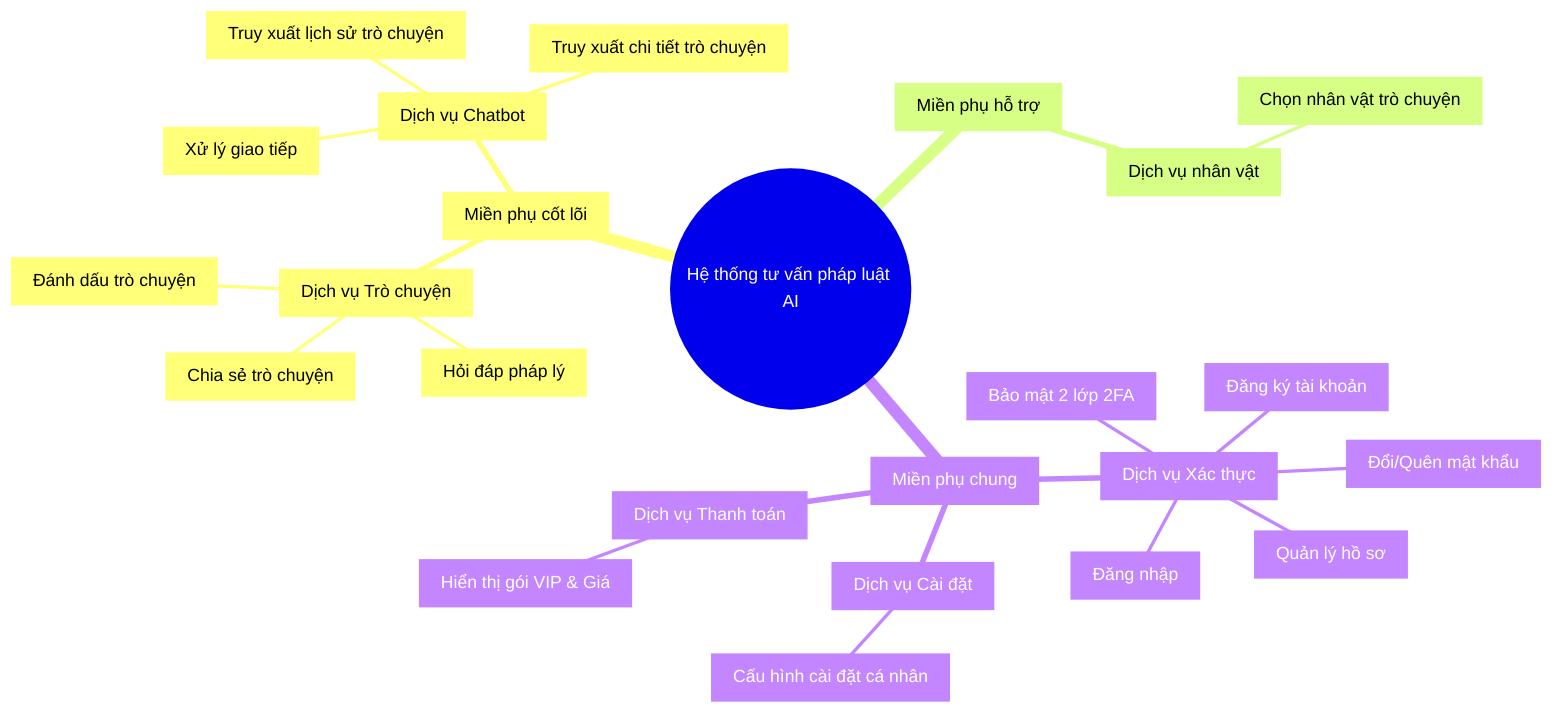
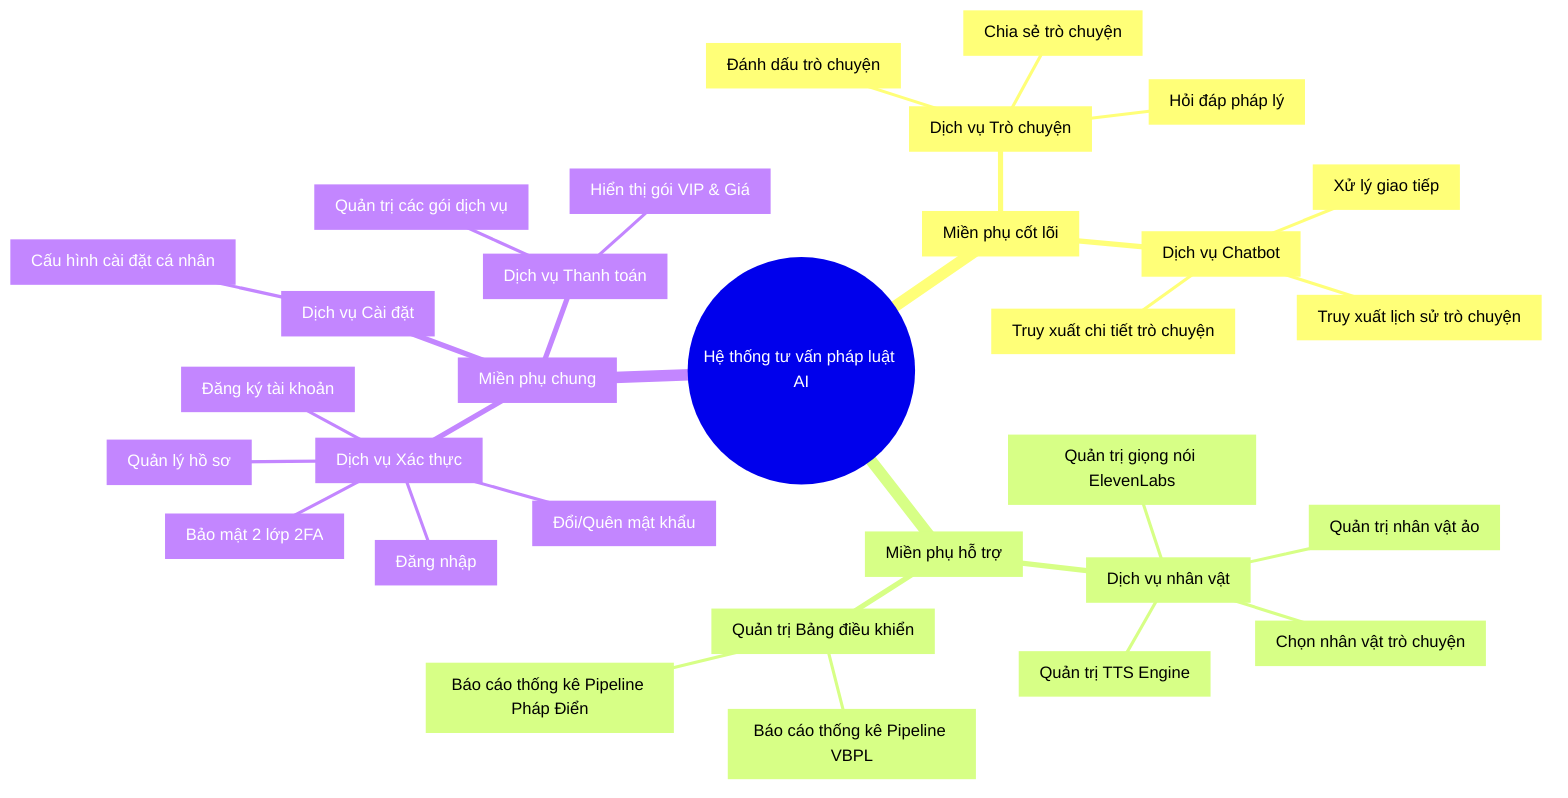
mindmap
  root((Hệ thống tư vấn pháp luật AI))
    Core["Miền phụ cốt lõi"]
      Conversation["Dịch vụ Trò chuyện"]
        Chat["Hỏi đáp pháp lý"]
        Bookmark["Đánh dấu trò chuyện"]
        Share["Chia sẻ trò chuyện"]
      Chatbot["Dịch vụ Chatbot"]
        Chatbot_Comm["Xử lý giao tiếp"]
        Chatbot_Hist["Truy xuất lịch sử trò chuyện"]
        Chatbot_Detail["Truy xuất chi tiết trò chuyện"]
    Supporting["Miền phụ hỗ trợ"]
      Persona["Dịch vụ nhân vật"]
        Select["Chọn nhân vật trò chuyện"]
+         Manage_Persona["Quản trị nhân vật ảo"]
+         Manage_TTS_Engine["Quản trị TTS Engine"]
+         Manage_Voice["Quản trị giọng nói ElevenLabs"]
+       Dashboard["Quản trị Bảng điều khiển"]
+         VBPL_Pipeline["Báo cáo thống kê Pipeline VBPL"]
+         PhapDien_Pipeline["Báo cáo thống kê Pipeline Pháp Điển"]
    Generic["Miền phụ chung"]
      Auth["Dịch vụ Xác thực"]
        Register["Đăng ký tài khoản"]
        Login["Đăng nhập"]
        MFA["Bảo mật 2 lớp 2FA"]
        Profile["Quản lý hồ sơ"]
        Password["Đổi/Quên mật khẩu"]
      Settings["Dịch vụ Cài đặt"]
        Config["Cấu hình cài đặt cá nhân"]
      Payment["Dịch vụ Thanh toán"]
        View_Price["Hiển thị gói VIP & Giá"]
+         Manage_Plans["Quản trị các gói dịch vụ"]
